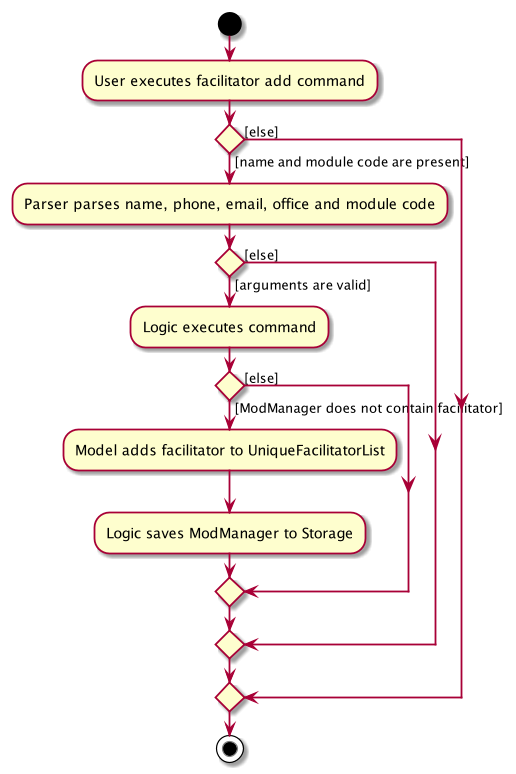
Above: docs/images/FacilitatorAddActivityDiagram.png in zixinn/main (PlantUML), before the change.
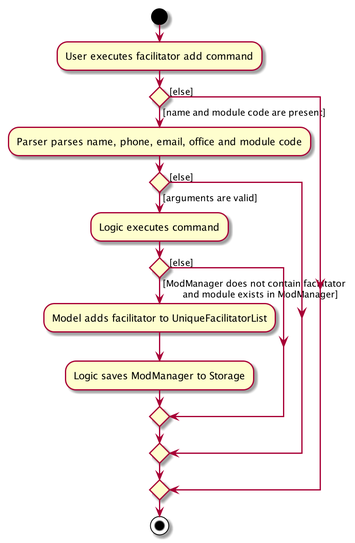
Later version of the same file.

Change to the diagram source:
```diff
@@ -5,7 +5,8 @@
     :Parser parses name, phone, email, office and module code;
     if () then ([arguments are valid])
         :Logic executes command;
-        if () then ([ModManager does not contain facilitator])
+        if () then ([ModManager does not contain facilitator
+        and module exists in ModManager])
             :Model adds facilitator to UniqueFacilitatorList;
             :Logic saves ModManager to Storage;
         else ([else])
```
